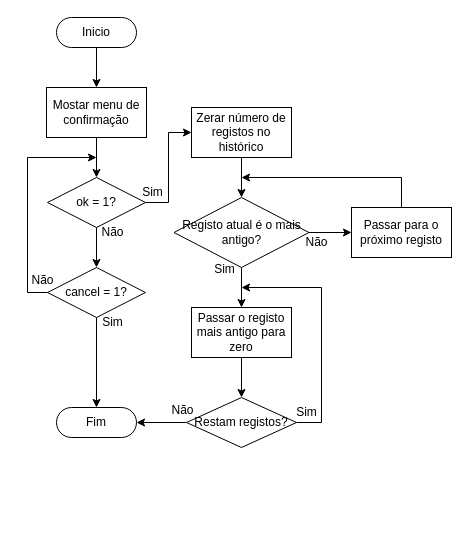
The draw.io diagram menu_3_routine.drawio in AFreitasHub/Weighing-Scale-System, before the edit. Source tidied: cells renumbered, new cells numbered last; positions are measured from the earlier drawing's top-left corner, leaving out a move shared by most shapes. Both pictures are drawn from the tidied source at 100%, with x=0, y=0 at pixel (17, 17).
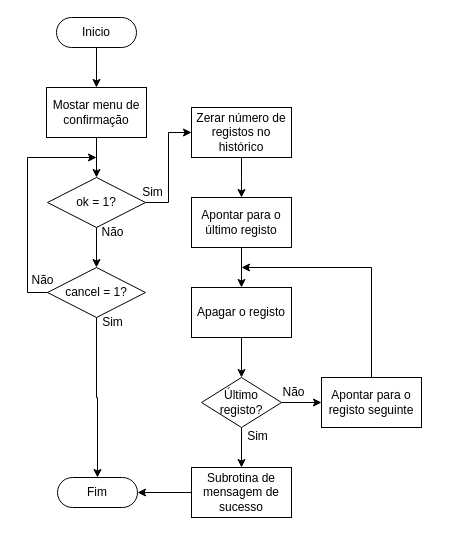
After the change.

The change refers to these unchanged cells:
```xml
<mxCell id="14" value="Zerar número de registos no histórico" style="html=1;dashed=0;whiteSpace=wrap;" parent="1" vertex="1">
  <mxGeometry x="174" y="90" width="100" height="50" as="geometry" />
</mxCell>
```

Diff of the diagram source:
```diff
@@
     <mxCell id="12" value="Fim" style="html=1;dashed=0;whiteSpace=wrap;shape=mxgraph.dfd.start;" parent="1" vertex="1">
-      <mxGeometry x="39" y="390" width="80" height="30" as="geometry" />
+      <mxGeometry x="40" y="460" width="80" height="30" as="geometry" />
     </mxCell>
-    <mxCell id="13" style="edgeStyle=orthogonalEdgeStyle;rounded=0;jettySize=auto;html=1;exitX=0.5;exitY=1;exitDx=0;exitDy=0;" parent="1" edge="1" source="14" target="23">
-      <mxGeometry relative="1" as="geometry" />
+    <mxCell id="13" style="edgeStyle=orthogonalEdgeStyle;rounded=0;jettySize=auto;html=1;exitX=0.5;exitY=1;exitDx=0;exitDy=0;" parent="1" edge="1" source="14">
+      <mxGeometry relative="1" as="geometry">
+        <mxPoint x="224" y="180" as="targetPoint" />
+      </mxGeometry>
     </mxCell>
@@
-    <mxCell id="15" style="edgeStyle=orthogonalEdgeStyle;rounded=0;jettySize=auto;html=1;exitX=0.5;exitY=1;exitDx=0;exitDy=0;" parent="1" edge="1" source="16" target="18">
-      <mxGeometry relative="1" as="geometry" />
-    </mxCell>
-    <mxCell id="16" value="Passar o registo mais antigo para zero " style="html=1;dashed=0;whiteSpace=wrap;" parent="1" vertex="1">
-      <mxGeometry x="174" y="290" width="100" height="50" as="geometry" />
-    </mxCell>
-    <mxCell id="17" style="edgeStyle=orthogonalEdgeStyle;rounded=0;jettySize=auto;html=1;exitX=1;exitY=0.5;exitDx=0;exitDy=0;" parent="1" edge="1" source="18">
-      <mxGeometry relative="1" as="geometry">
-        <mxPoint x="224" y="270" as="targetPoint" />
-        <Array as="points">
-          <mxPoint x="304" y="405" />
-          <mxPoint x="304" y="270" />
-          <mxPoint x="224" y="270" />
-        </Array>
-      </mxGeometry>
-    </mxCell>
-    <mxCell id="18" value="Restam registos?" style="shape=rhombus;html=1;dashed=0;whiteSpace=wrap;perimeter=rhombusPerimeter;" parent="1" vertex="1">
-      <mxGeometry x="169" y="380" width="110" height="50" as="geometry" />
-    </mxCell>
-    <mxCell id="19" value="Sim" style="text;html=1;align=center;verticalAlign=middle;strokeColor=none;fillColor=none;" parent="1" vertex="1">
-      <mxGeometry x="269" y="380" width="40" height="30" as="geometry" />
-    </mxCell>
-    <mxCell id="20" style="edgeStyle=orthogonalEdgeStyle;rounded=0;jettySize=auto;html=1;exitX=0;exitY=0.5;exitDx=0;exitDy=0;entryX=1;entryY=0.5;entryDx=0;entryDy=0;entryPerimeter=0;" parent="1" edge="1" source="18" target="12">
-      <mxGeometry relative="1" as="geometry" />
-    </mxCell>
-    <mxCell id="21" style="edgeStyle=orthogonalEdgeStyle;rounded=0;jettySize=auto;html=1;exitX=0.5;exitY=1;exitDx=0;exitDy=0;" parent="1" edge="1" source="23" target="16">
-      <mxGeometry relative="1" as="geometry" />
-    </mxCell>
-    <mxCell id="22" style="edgeStyle=orthogonalEdgeStyle;rounded=0;jettySize=auto;html=1;exitX=1;exitY=0.5;exitDx=0;exitDy=0;entryX=0;entryY=0.5;entryDx=0;entryDy=0;" parent="1" edge="1" source="23" target="25">
-      <mxGeometry relative="1" as="geometry" />
-    </mxCell>
-    <mxCell id="23" value="Registo atual é o mais antigo?" style="shape=rhombus;html=1;dashed=0;whiteSpace=wrap;perimeter=rhombusPerimeter;" parent="1" vertex="1">
-      <mxGeometry x="156.5" y="180" width="135" height="70" as="geometry" />
-    </mxCell>
-    <mxCell id="24" style="edgeStyle=orthogonalEdgeStyle;rounded=0;jettySize=auto;html=1;exitX=0.5;exitY=0;exitDx=0;exitDy=0;" parent="1" edge="1" source="25">
-      <mxGeometry relative="1" as="geometry">
-        <mxPoint x="224" y="160" as="targetPoint" />
-        <Array as="points">
-          <mxPoint x="384" y="160" />
-          <mxPoint x="224" y="160" />
-        </Array>
-      </mxGeometry>
-    </mxCell>
-    <mxCell id="25" value="Passar para o próximo registo" style="html=1;dashed=0;whiteSpace=wrap;" parent="1" vertex="1">
-      <mxGeometry x="334" y="190" width="100" height="50" as="geometry" />
-    </mxCell>
-    <mxCell id="26" value="Sim" style="text;html=1;align=center;verticalAlign=middle;strokeColor=none;fillColor=none;" parent="1" vertex="1">
-      <mxGeometry x="187" y="237" width="40" height="30" as="geometry" />
-    </mxCell>
-    <mxCell id="27" value="Não" style="text;html=1;align=center;verticalAlign=middle;strokeColor=none;fillColor=none;" parent="1" vertex="1">
-      <mxGeometry x="274" y="210" width="50" height="30" as="geometry" />
-    </mxCell>
-    <mxCell id="28" value="Não" style="text;html=1;align=center;verticalAlign=middle;strokeColor=none;fillColor=none;" parent="1" vertex="1">
-      <mxGeometry x="140" y="378" width="50" height="30" as="geometry" />
-    </mxCell>
@@
+    <mxCell id="33" style="edgeStyle=orthogonalEdgeStyle;rounded=0;jettySize=auto;html=1;exitX=0.5;exitY=1;exitDx=0;exitDy=0;entryX=0.5;entryY=0;entryDx=0;entryDy=0;" parent="1" edge="1" source="34" target="36">
+      <mxGeometry relative="1" as="geometry" />
+    </mxCell>
+    <mxCell id="34" value="Apontar para o último registo" style="html=1;dashed=0;whiteSpace=wrap;" parent="1" vertex="1">
+      <mxGeometry x="174" y="180" width="100" height="50" as="geometry" />
+    </mxCell>
+    <mxCell id="35" style="edgeStyle=orthogonalEdgeStyle;rounded=0;jettySize=auto;html=1;exitX=0.5;exitY=1;exitDx=0;exitDy=0;" parent="1" edge="1" source="36" target="41">
+      <mxGeometry relative="1" as="geometry" />
+    </mxCell>
+    <mxCell id="36" value="Apagar o registo" style="html=1;dashed=0;whiteSpace=wrap;" parent="1" vertex="1">
+      <mxGeometry x="174" y="270" width="100" height="50" as="geometry" />
+    </mxCell>
+    <mxCell id="37" style="edgeStyle=orthogonalEdgeStyle;rounded=0;jettySize=auto;html=1;exitX=0.5;exitY=0;exitDx=0;exitDy=0;" parent="1" edge="1" source="38">
+      <mxGeometry relative="1" as="geometry">
+        <mxPoint x="224" y="250" as="targetPoint" />
+        <Array as="points">
+          <mxPoint x="354" y="250" />
+        </Array>
+      </mxGeometry>
+    </mxCell>
+    <mxCell id="38" value="Apontar para o registo seguinte" style="html=1;dashed=0;whiteSpace=wrap;" parent="1" vertex="1">
+      <mxGeometry x="304" y="360" width="100" height="50" as="geometry" />
+    </mxCell>
+    <mxCell id="39" style="edgeStyle=orthogonalEdgeStyle;rounded=0;jettySize=auto;html=1;exitX=1;exitY=0.5;exitDx=0;exitDy=0;entryX=0;entryY=0.5;entryDx=0;entryDy=0;" parent="1" edge="1" source="41" target="38">
+      <mxGeometry relative="1" as="geometry" />
+    </mxCell>
+    <mxCell id="40" style="edgeStyle=orthogonalEdgeStyle;rounded=0;jettySize=auto;html=1;exitX=0.5;exitY=1;exitDx=0;exitDy=0;entryX=0.5;entryY=0;entryDx=0;entryDy=0;" parent="1" edge="1" source="41" target="44">
+      <mxGeometry relative="1" as="geometry" />
+    </mxCell>
+    <mxCell id="41" value="Último registo? " style="shape=rhombus;html=1;dashed=0;whiteSpace=wrap;perimeter=rhombusPerimeter;" parent="1" vertex="1">
+      <mxGeometry x="184" y="360" width="80" height="50" as="geometry" />
+    </mxCell>
+    <mxCell id="42" value="Não" style="text;html=1;align=center;verticalAlign=middle;strokeColor=none;fillColor=none;" parent="1" vertex="1">
+      <mxGeometry x="251" y="360" width="50" height="30" as="geometry" />
+    </mxCell>
+    <mxCell id="43" style="edgeStyle=orthogonalEdgeStyle;rounded=0;jettySize=auto;html=1;exitX=0;exitY=0.5;exitDx=0;exitDy=0;" parent="1" edge="1" source="44" target="12">
+      <mxGeometry relative="1" as="geometry" />
+    </mxCell>
+    <mxCell id="44" value="Subrotina de mensagem de sucesso" style="html=1;dashed=0;whiteSpace=wrap;" parent="1" vertex="1">
+      <mxGeometry x="174" y="450" width="100" height="50" as="geometry" />
+    </mxCell>
+    <mxCell id="45" value="&lt;div&gt;Sim&lt;/div&gt;" style="text;html=1;align=center;verticalAlign=middle;strokeColor=none;fillColor=none;" parent="1" vertex="1">
+      <mxGeometry x="220" y="404" width="40" height="30" as="geometry" />
+    </mxCell>
```
